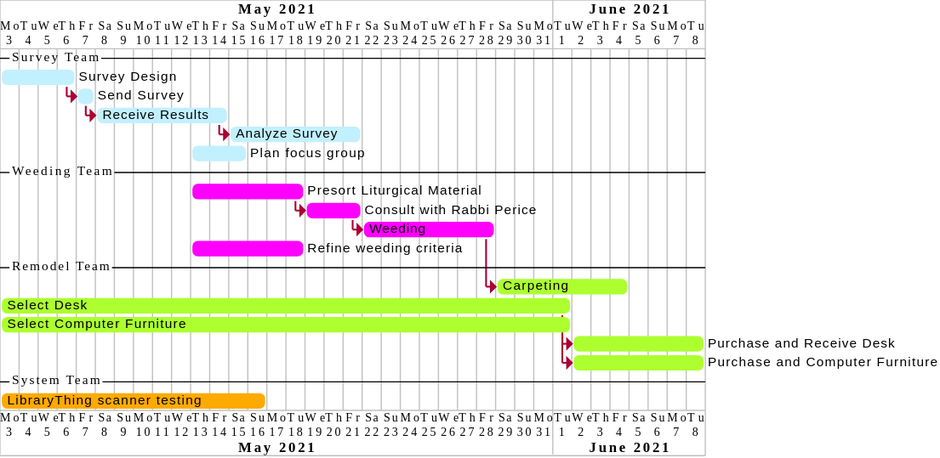
Before: uml/plantuml/timeline.svg, a diagram exported from PlantUML (trauber/ts-library-meetings).
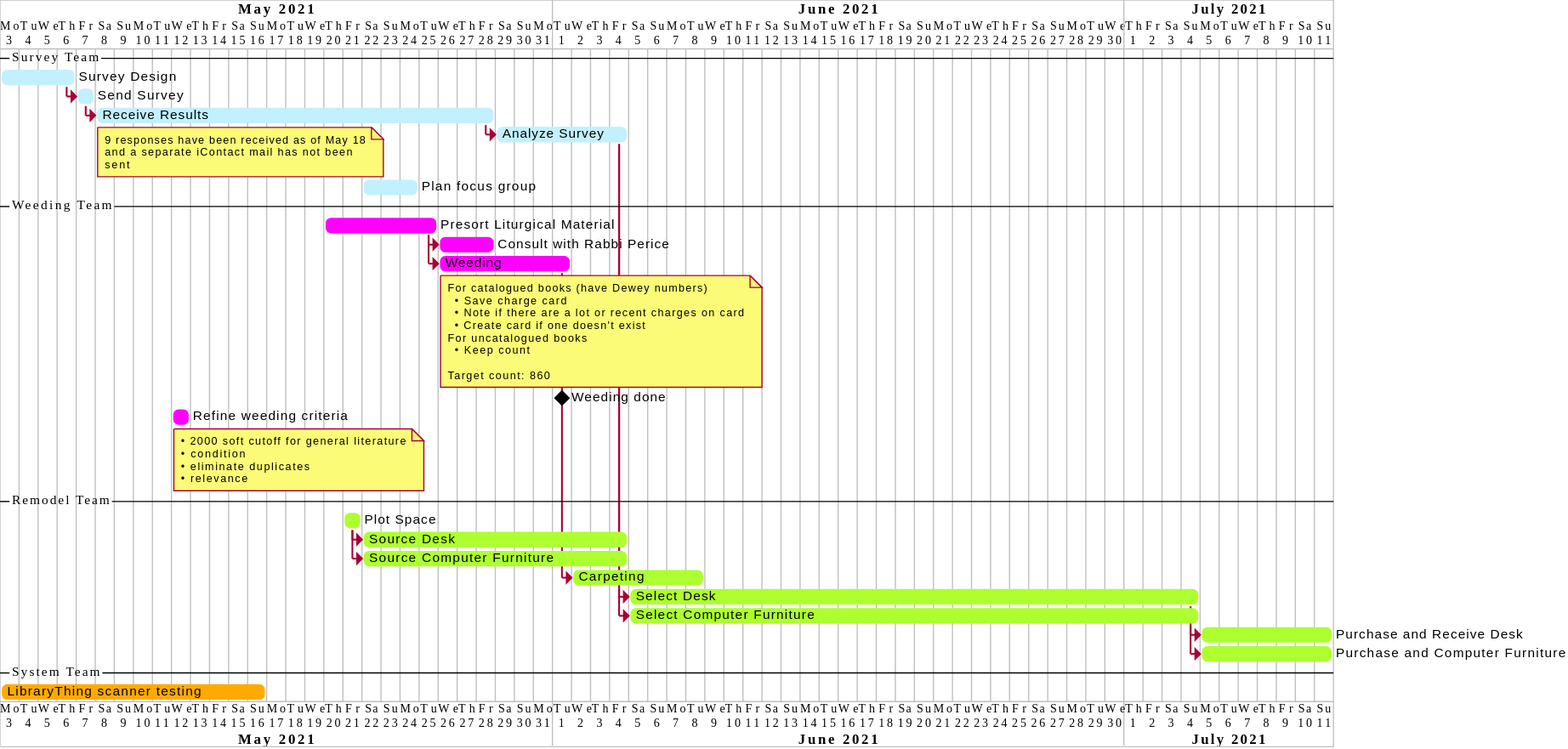
The same file after the commit.

Change to the diagram source:
```diff
@@ -15,11 +15,16 @@
 [Send Survey] lasts 1 day
 [Send Survey] starts at [Survey Design]'s end
 [Receive Results] starts at [Send Survey]'s end
-[Receive Results] lasts 7 days
+[Receive Results] lasts 21 days
+note bottom
+    9 responses have been received as of May 18
+    and a separate iContact mail has not been
+    sent
+end note
 [Analyze Survey] lasts 7 days
 [Analyze Survey] starts at [Receive Results]'s end
 [Plan focus group] lasts 3 days
-[Plan focus group] starts 2021-05-13
+[Plan focus group] starts 2021-05-22
 
 
 
@@ -33,13 +38,30 @@
 -- Weeding Team --
 
 [Presort Liturgical Material] lasts 6 days
-[Presort Liturgical Material] starts 2021-05-13
+[Presort Liturgical Material] starts 2021-05-20
 [Consult with Rabbi Perice] lasts 3 days
 [Weeding] lasts 7 days
+note bottom
+For catalogued books (have Dewey numbers)
+  • Save charge card
+  • Note if there are a lot or recent charges on card
+  • Create card if one doesn't exist
+For uncatalogued books
+  • Keep count
+
+Target count: 860
+end note
+[Weeding done] happens 2021-06-01
 [Consult with Rabbi Perice] starts at [Presort Liturgical Material]'s end
-[Refine weeding criteria] lasts 6 days
-[Refine weeding criteria] starts 2021-05-13
-[Weeding] starts at [Consult with Rabbi Perice]'s end
+[Refine weeding criteria] lasts 1 day
+[Refine weeding criteria] starts 2021-05-12
+note bottom
+• 2000 soft cutoff for general literature
+• condition
+• eliminate duplicates
+• relevance
+end note
+[Weeding] starts at [Presort Liturgical Material]'s end
 
 
 [Refine weeding criteria] is colored in $weeding_color
@@ -51,14 +73,30 @@
 -- Remodel Team --
 
 
+[Plot Space] starts 2021-05-21
+[Plot Space] lasts 1 day
+[Plot Space] is colored in $remodel_color
+
+[Source Desk] lasts 14 days
+[Source Desk] starts at [Plot Space]'s end
+[Source Desk] is colored in $remodel_color
+
+
+
+[Source Computer Furniture] lasts 14 days
+[Source Computer Furniture] starts at [Plot Space]'s end
+[Source Computer Furniture] is colored in $remodel_color
+
 [Carpeting] lasts 7 days
 [Carpeting] starts at [Weeding]'s end
 [Carpeting] is colored in $remodel_color
 
 [Select Desk] lasts 30 days
+[Select Desk] starts at [Analyze Survey]'s end
 [Select Desk] is colored in $remodel_color
 
 [Select Computer Furniture] lasts 30 days
+[Select Computer Furniture] starts at [Analyze Survey]'s end
 [Select Computer Furniture] is colored in $remodel_color
 
 [Purchase and Receive Desk] lasts 7 days
```
